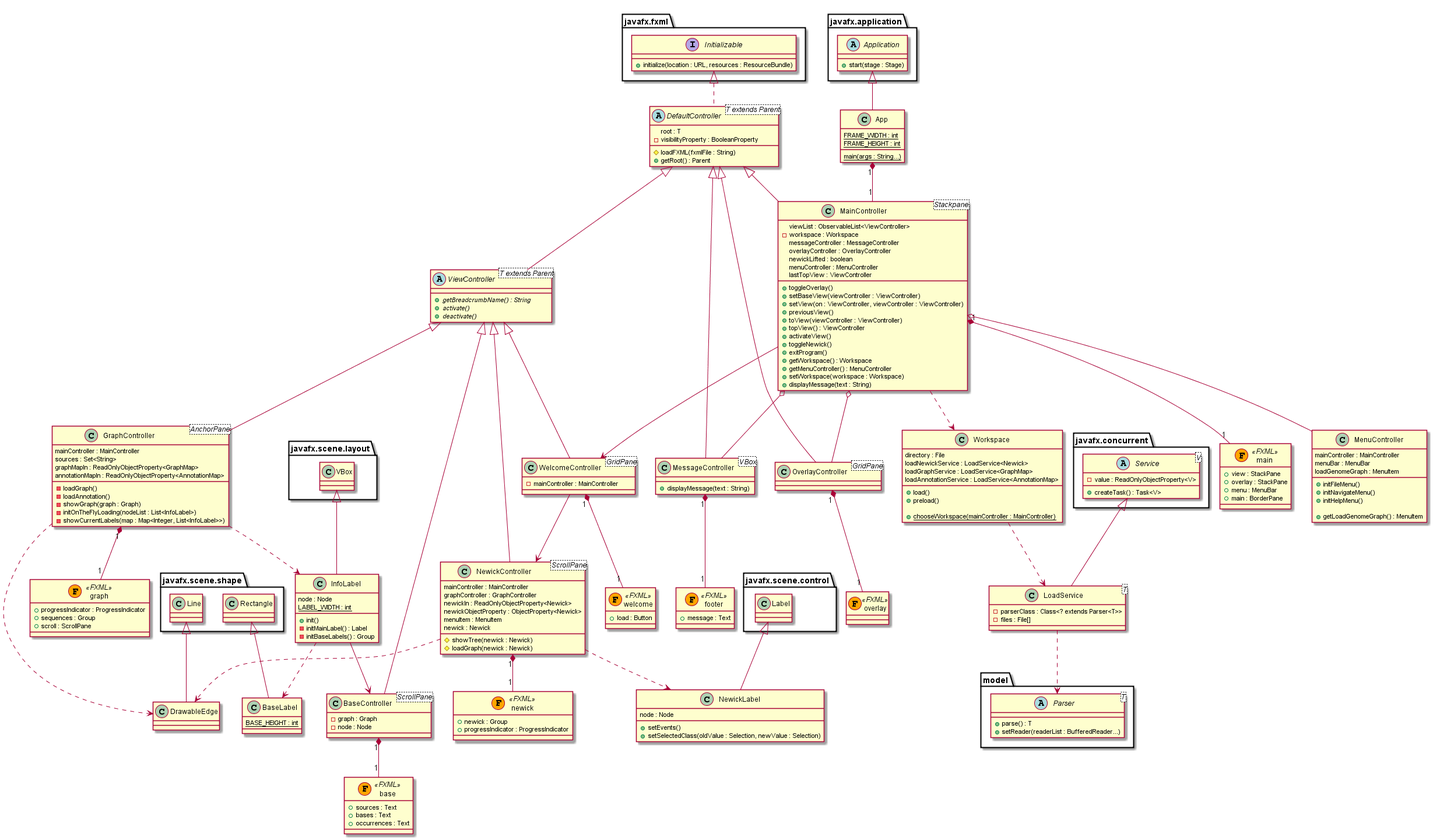
geex/geex.github.io keeps this PlantUML diagram as images/diagrams/geex.png. Above is the earlier version. The source it was exported from:
```plantuml
@startuml
class App extends javafx.application.Application {
    {static} # FRAME_WIDTH : int
    {static} # FRAME_HEIGHT : int

    {static} +main(args : String...)
}

class DrawableEdge extends javafx.scene.shape.Line
class BaseLabel extends javafx.scene.shape.Rectangle {
    {static}+BASE_HEIGHT : int
}
class InfoLabel extends javafx.scene.layout.VBox {
    node : Node
    {static}+LABEL_WIDTH : int

    +init()
    -initMainLabel() : Label
    -initBaseLabels() : Group
}
class NewickLabel extends javafx.scene.control.Label {
    node : Node

    +setEvents()
    +setSelectedClass(oldValue : Selection, newValue : Selection)
}

abstract class DefaultController<T extends Parent> implements javafx.fxml.Initializable {
    root : T
    -visibilityProperty : BooleanProperty
    #loadFXML(fxmlFile : String)
    +getRoot() : Parent
}
abstract class ViewController<T extends Parent> extends DefaultController {
    +{abstract}getBreadcrumbName() : String
    +{abstract}activate()
    +{abstract}deactivate()
}
class GraphController<AnchorPane> extends ViewController {
    mainController : MainController
    sources : Set<String>
    graphMapIn : ReadOnlyObjectProperty<GraphMap>
    annotationMapIn : ReadOnlyObjectProperty<AnnotationMap>

    -loadGraph()
    -loadAnnotation()
    -showGraph(graph : Graph)
    -initOnTheFlyLoading(nodeList : List<InfoLabel>)
    -showCurrentLabels(map : Map<Integer, List<InfoLabel>>)
}
class MainController<Stackpane> extends DefaultController {
    viewList : ObservableList<ViewController>
    -workspace : Workspace
    messageController : MessageController
    overlayController : OverlayController
    newickLifted : boolean
    menuController : MenuController
    lastTopView : ViewController

    +toggleOverlay()
    +setBaseView(viewController : ViewController)
    +setView(on : ViewController, viewController : ViewController)
    +previousView()
    +toView(viewController : ViewController)
    +topView() : ViewController
    +activateView()
    +toggleNewick()
    +exitProgram()
    +getWorkspace() : Workspace
    +getMenuController() : MenuController
    +setWorkspace(workspace : Workspace)
    +displayMessage(text : String)
}
class BaseController<ScrollPane> extends ViewController {
    -graph : Graph
    -node : Node
}
class MessageController<VBox> extends DefaultController {
    +displayMessage(text : String)
}
class MenuController {
    mainController : MainController
    menuBar : MenuBar
    loadGenomeGraph : MenuItem

    +initFileMenu()
    +initNavigateMenu()
    +initHelpMenu()

    +getLoadGenomeGraph() : MenuItem
}
class NewickController<ScrollPane> extends ViewController {
    mainController : MainController
    graphController : GraphController
    newickIn : ReadOnlyObjectProperty<Newick>
    newickObjectProperty : ObjectProperty<Newick>
    menuItem : MenuItem
    newick : Newick

    #showTree(newick : Newick)
    #loadGraph(newick : Newick)
}
class WelcomeController<GridPane> extends ViewController {
    -mainController : MainController
}
class OverlayController<GridPane> extends DefaultController

class LoadService<T> extends javafx.concurrent.Service {
    -parserClass : Class<? extends Parser<T>>
    -files : File[]
}
abstract class model.Parser<T> {
    +parse() : T
    +setReader(readerList : BufferedReader...)
}

class Workspace {
    directory : File
    loadNewickService : LoadService<Newick>
    loadGraphService : LoadService<GraphMap>
    loadAnnotationService : LoadService<AnnotationMap>

    +load()
    +preload()

    +{static}chooseWorkspace(mainController : MainController)
}

class base << (F,orange) FXML >> {
    + sources : Text
    + bases : Text
    + occurrences : Text
}
class graph << (F,orange) FXML >> {
    + progressIndicator : ProgressIndicator
    + sequences : Group
    + scroll : ScrollPane
}
class main << (F,orange) FXML >> {
    + view : StackPane
    + overlay : StackPane
    + menu : MenuBar
    + main : BorderPane
}
class newick << (F,orange) FXML >> {
    + newick : Group
    + progressIndicator : ProgressIndicator
}
class footer << (F,orange) FXML >> {
    + message : Text
}
class welcome << (F,orange) FXML >> {
    + load : Button
}
class overlay << (F,orange) FXML >>

BaseController "1" *-- "1" base
GraphController "1" *-- "1" graph
MainController "1" *-- "1" main
NewickController "1" *-- "1" newick
MessageController "1" *-- "1" footer
WelcomeController "1" *-- "1" welcome
OverlayController "1" *-- "1" overlay

App "1" *-- "1" MainController
MainController o-- MenuController
MainController o-- MessageController
MainController o-- OverlayController
MainController --> WelcomeController

NewickController ..> DrawableEdge
NewickController ..> NewickLabel

GraphController ..> InfoLabel
GraphController ..> DrawableEdge

LoadService ..> model.Parser

InfoLabel ..> BaseLabel
InfoLabel --> BaseController

MainController ..> Workspace

WelcomeController --> NewickController

Workspace ..> LoadService

abstract class javafx.concurrent.Service<V> {
    -value : ReadOnlyObjectProperty<V>
    +createTask() : Task<V>
}

abstract class javafx.application.Application {
    +start(stage : Stage)
}

interface javafx.fxml.Initializable {
    +initialize(location : URL, resources : ResourceBundle)
}
@enduml
```
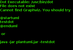
The same diagram one commit later.

The edit, as a diff of the source:
```diff
@@ -10,7 +10,11 @@
 class BaseLabel extends javafx.scene.shape.Rectangle {
     {static}+BASE_HEIGHT : int
 }
-class InfoLabel extends javafx.scene.layout.VBox {
+abstract class DefaultLabel extends javafx.scene.layout.VBox {
+    +init()
+    +currentColumn() : int
+}
+class InfoLabel extends DefaultLabel {
     node : Node
     {static}+LABEL_WIDTH : int
 
@@ -36,17 +40,25 @@
     +{abstract}activate()
     +{abstract}deactivate()
 }
-class GraphController<AnchorPane> extends ViewController {
+abstract class DefaultGraphController<AnchorPane> extends ViewController {
     mainController : MainController
-    sources : Set<String>
-    graphMapIn : ReadOnlyObjectProperty<GraphMap>
-    annotationMapIn : ReadOnlyObjectProperty<AnnotationMap>
 
-    -loadGraph()
-    -loadAnnotation()
-    -showGraph(graph : Graph)
+    +getGraphList() : LinkedList<StackGraph>
+    #showGraph(drawableGraph : DrawableGraph)
     -initOnTheFlyLoading(nodeList : List<InfoLabel>)
     -showCurrentLabels(map : Map<Integer, List<InfoLabel>>)
+}
+class GraphController extends DefaultGraphController {
+    sources : Set<String>
+    selectedSources : Set<String>
+    selectNewickController : SelectNewickController
+
+    -initMenu()
+    -loadGraph(graphMap : GraphMap)
+    -loadAnnotation(annotationMap : AnnotationMap)
+    -loadResistance(resistanceMap : ResistanceMap)
+    +updateSelectedSources(sources : Set<String>)
+
 }
 class MainController<Stackpane> extends DefaultController {
     viewList : ObservableList<ViewController>
@@ -66,9 +78,6 @@
     +activateView()
     +toggleNewick()
     +exitProgram()
-    +getWorkspace() : Workspace
-    +getMenuController() : MenuController
-    +setWorkspace(workspace : Workspace)
     +displayMessage(text : String)
 }
 class BaseController<ScrollPane> extends ViewController {
@@ -82,28 +91,40 @@
     mainController : MainController
     menuBar : MenuBar
     loadGenomeGraph : MenuItem
+    toggleOverlay : MenuItem
+    toggleSelect : MenuItem
+    zoomIn : MenuItem
+    zoomOut : MenuItem
+    welcomeMenuItem : MenuItem
 
     +initFileMenu()
     +initNavigateMenu()
     +initHelpMenu()
 
-    +getLoadGenomeGraph() : MenuItem
+    -createMenu(title : String, menuItems : MenuItem...) : Menu
+    -createMenuItem(
 }
-class NewickController<ScrollPane> extends ViewController {
+abstract class DefaultNewickController<ScrollPane> extends ViewController {
+    #showTree(newick : Newick)
+}
+class NewickController extends DefaultNewickController {
     mainController : MainController
+    selection : Set<String>
     graphController : GraphController
-    newickIn : ReadOnlyObjectProperty<Newick>
-    newickObjectProperty : ObjectProperty<Newick>
-    menuItem : MenuItem
-    newick : Newick
 
-    #showTree(newick : Newick)
     #loadGraph(newick : Newick)
 }
 class WelcomeController<GridPane> extends ViewController {
     -mainController : MainController
 }
 class OverlayController<GridPane> extends DefaultController
+class SelectNewickController extends DefaultNewickController {
+    -graphController : GraphController
+}
+class SubGraphController extends DefaultGraphController {
+    stackGraph : StackGraph
+    graphNode : GraphNode
+}
 
 class LoadService<T> extends javafx.concurrent.Service {
     -parserClass : Class<? extends Parser<T>>
@@ -120,10 +141,26 @@
     loadGraphService : LoadService<GraphMap>
     loadAnnotationService : LoadService<AnnotationMap>
 
+    -findFile(files : File[], extension : String) : File
+    +save()
     +load()
     +preload()
+}
 
-    +{static}chooseWorkspace(mainController : MainController)
+class Zoom {
+    scroll : ScrollPane
+    sequences : Group
+    labelsMap : Map<Integer, List<DefaultLabel>>
+    mouseX : double
+    mouseY : double
+
+    +bindEffect()
+    -setEvents()
+    -getLabels(indexFrom : int, indexTo : int) : List<DefaultLabel>
+    +applyAll(infoLabels : List<DefaultLabel>, left : double, right : double)
+    +apply(label : DefaultLabel, mouseX : doube, mouseY : double)
+    -addScale(label : DefaultLabel, ratio : double)
+
 }
 
 class base << (F,orange) FXML >> {
@@ -155,9 +192,9 @@
 class overlay << (F,orange) FXML >>
 
 BaseController "1" *-- "1" base
-GraphController "1" *-- "1" graph
+DefaultGraphController "1" *-- "1" graph
 MainController "1" *-- "1" main
-NewickController "1" *-- "1" newick
+DefaultNewickController "1" *-- "1" newick
 MessageController "1" *-- "1" footer
 WelcomeController "1" *-- "1" welcome
 OverlayController "1" *-- "1" overlay
@@ -168,20 +205,26 @@
 MainController o-- OverlayController
 MainController --> WelcomeController
 
-NewickController ..> DrawableEdge
-NewickController ..> NewickLabel
+DefaultNewickController ..> DrawableEdge
+DefaultNewickController ..> NewickLabel
 
-GraphController ..> InfoLabel
-GraphController ..> DrawableEdge
+DefaultGraphController ..> InfoLabel
+DefaultGraphController ..> DrawableEdge
+DefaultGraphController ..> Zoom
 
 LoadService ..> model.Parser
 
 InfoLabel ..> BaseLabel
 InfoLabel --> BaseController
 
+NewickController --> GraphController
+
 MainController ..> Workspace
 
 WelcomeController --> NewickController
+
+GraphController --> SelectNewickController
+GraphController --> SubGraphController
 
 Workspace ..> LoadService
 
```
